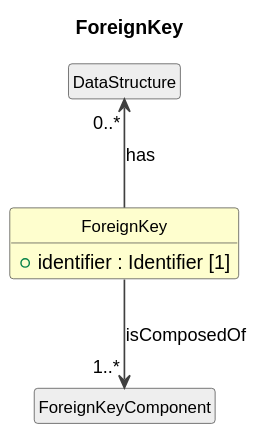
Above: cdif-uml-model/CDIFDataStructure/Classes/ForeignKey.svg in Cross-Domain-Interoperability-Framework/metadataBuildingBlocks (PlantUML), before the change. Its diagram source:
```plantuml
@startuml
title ForeignKey
hide circle
hide empty members
skinparam shadowing false
skinparam ArrowThickness 1.2
skinparam class {
  ArrowColor #404040
  BorderColor #404040
  FontSize 12
}

class "ForeignKey" as ForeignKey #FEFECE {
  +identifier : Identifier [1]
}
class "DataStructure" as DataStructure #EEEEEE
DataStructure "0..*" <-- ForeignKey : has
class "ForeignKeyComponent" as ForeignKeyComponent #EEEEEE
ForeignKey --> "1..*" ForeignKeyComponent : isComposedOf
@enduml
```
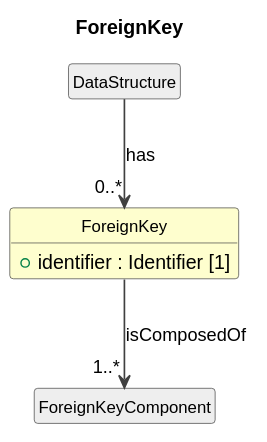
After the commit.

Diff of the diagram source:
```diff
@@ -14,7 +14,7 @@
   +identifier : Identifier [1]
 }
 class "DataStructure" as DataStructure #EEEEEE
-DataStructure "0..*" <-- ForeignKey : has
+DataStructure --> "0..*" ForeignKey : has
 class "ForeignKeyComponent" as ForeignKeyComponent #EEEEEE
 ForeignKey --> "1..*" ForeignKeyComponent : isComposedOf
 @enduml
```
